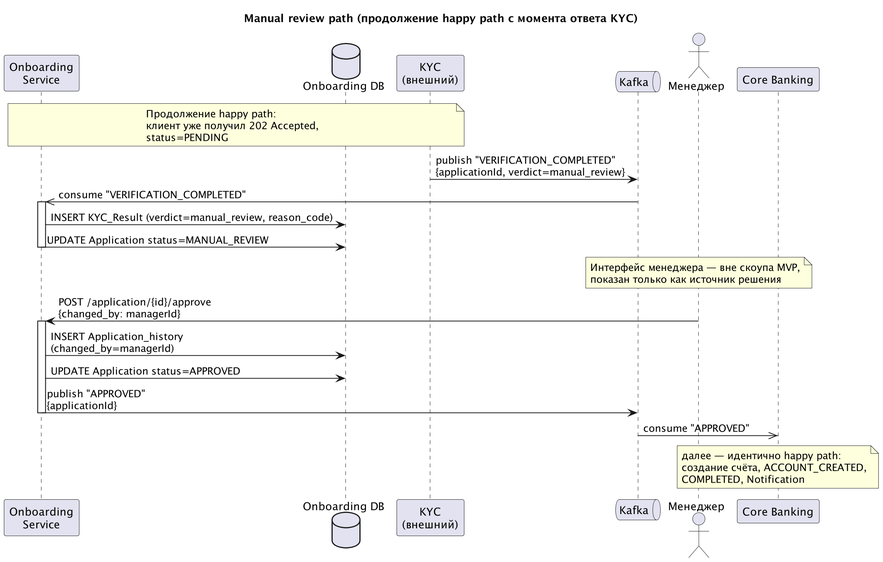
The PlantUML diagram diagrams/exports/Онбординг клиента — manual review path.png in PulyaIvan/digital-client-onboarding, before a commit.
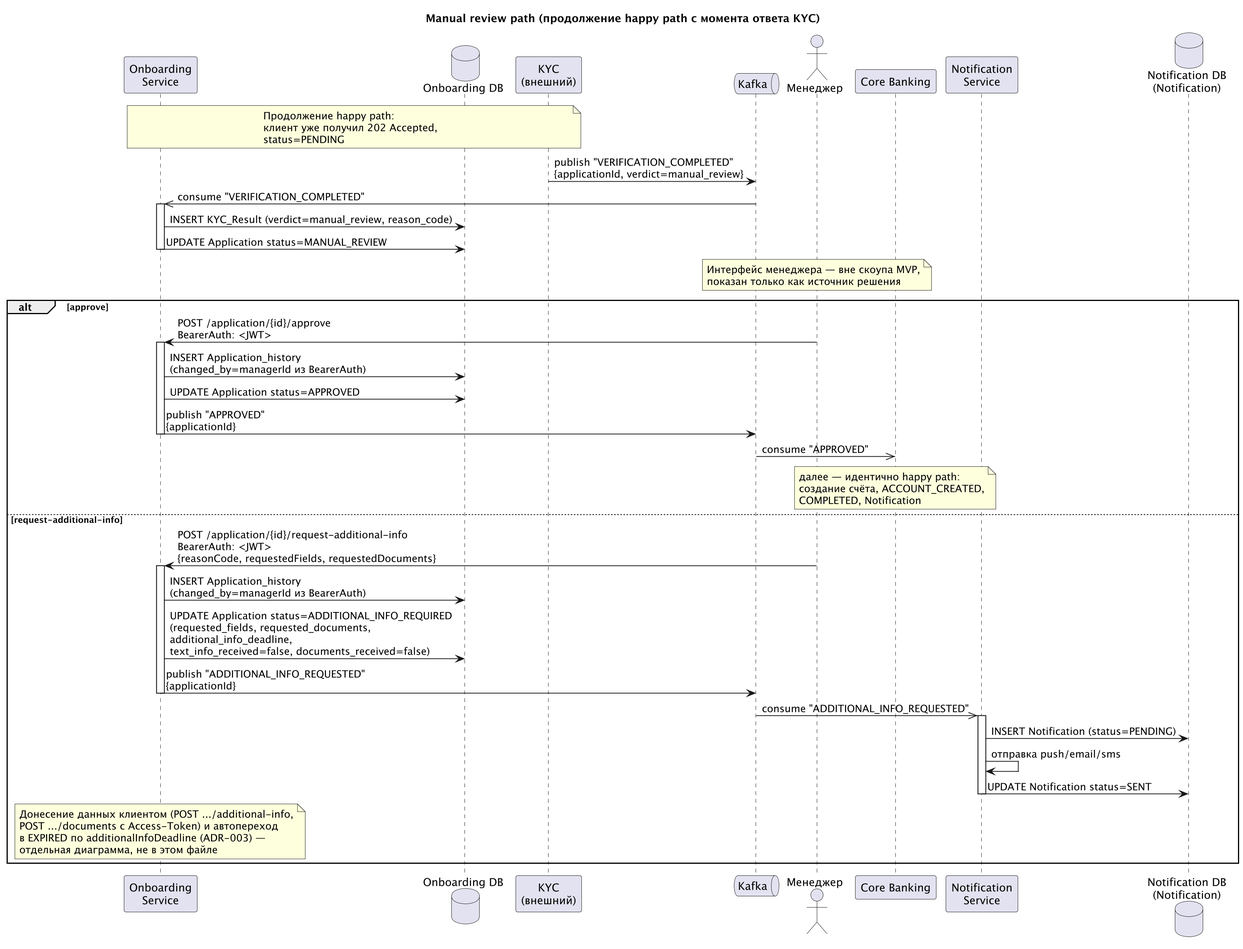
After the commit.

The edit, as a diff of the source:
```diff
@@ -8,6 +8,8 @@
 queue "Kafka" as bm
 actor "Менеджер" as mgr
 participant "Core Banking" as bk
+participant "Notification\nService" as ns
+database "Notification DB\n(Notification)" as db_ns
 
 note over svc, kyc
   Продолжение happy path:
@@ -27,18 +29,42 @@
   показан только как источник решения
 end note
 
-mgr -> svc: POST /application/{id}/approve\n{changed_by: managerId}
-activate svc
-svc -> db_svc: INSERT Application_history\n(changed_by=managerId)
-svc -> db_svc: UPDATE Application status=APPROVED
-svc -> bm: publish "APPROVED"\n{applicationId}
-deactivate svc
+alt approve
+  mgr -> svc: POST /application/{id}/approve\nBearerAuth: <JWT>
+  activate svc
+  svc -> db_svc: INSERT Application_history\n(changed_by=managerId из BearerAuth)
+  svc -> db_svc: UPDATE Application status=APPROVED
+  svc -> bm: publish "APPROVED"\n{applicationId}
+  deactivate svc
 
-bm ->> bk: consume "APPROVED"
-note over bk
-  далее — идентично happy path:
-  создание счёта, ACCOUNT_CREATED,
-  COMPLETED, Notification
-end note
+  bm ->> bk: consume "APPROVED"
+  note over bk
+    далее — идентично happy path:
+    создание счёта, ACCOUNT_CREATED,
+    COMPLETED, Notification
+  end note
+
+else request-additional-info
+  mgr -> svc: POST /application/{id}/request-additional-info\nBearerAuth: <JWT>\n{reasonCode, requestedFields, requestedDocuments}
+  activate svc
+  svc -> db_svc: INSERT Application_history\n(changed_by=managerId из BearerAuth)
+  svc -> db_svc: UPDATE Application status=ADDITIONAL_INFO_REQUIRED\n(requested_fields, requested_documents,\nadditional_info_deadline,\ntext_info_received=false, documents_received=false)
+  svc -> bm: publish "ADDITIONAL_INFO_REQUESTED"\n{applicationId}
+  deactivate svc
+
+  bm ->> ns: consume "ADDITIONAL_INFO_REQUESTED"
+  activate ns
+  ns -> db_ns: INSERT Notification (status=PENDING)
+  ns -> ns: отправка push/email/sms
+  ns -> db_ns: UPDATE Notification status=SENT
+  deactivate ns
+
+  note over svc
+    Донесение данных клиентом (POST .../additional-info,
+    POST .../documents с Access-Token) и автопереход
+    в EXPIRED по additionalInfoDeadline (ADR-003) —
+    отдельная диаграмма, не в этом файле
+  end note
+end
 
 @enduml
```
